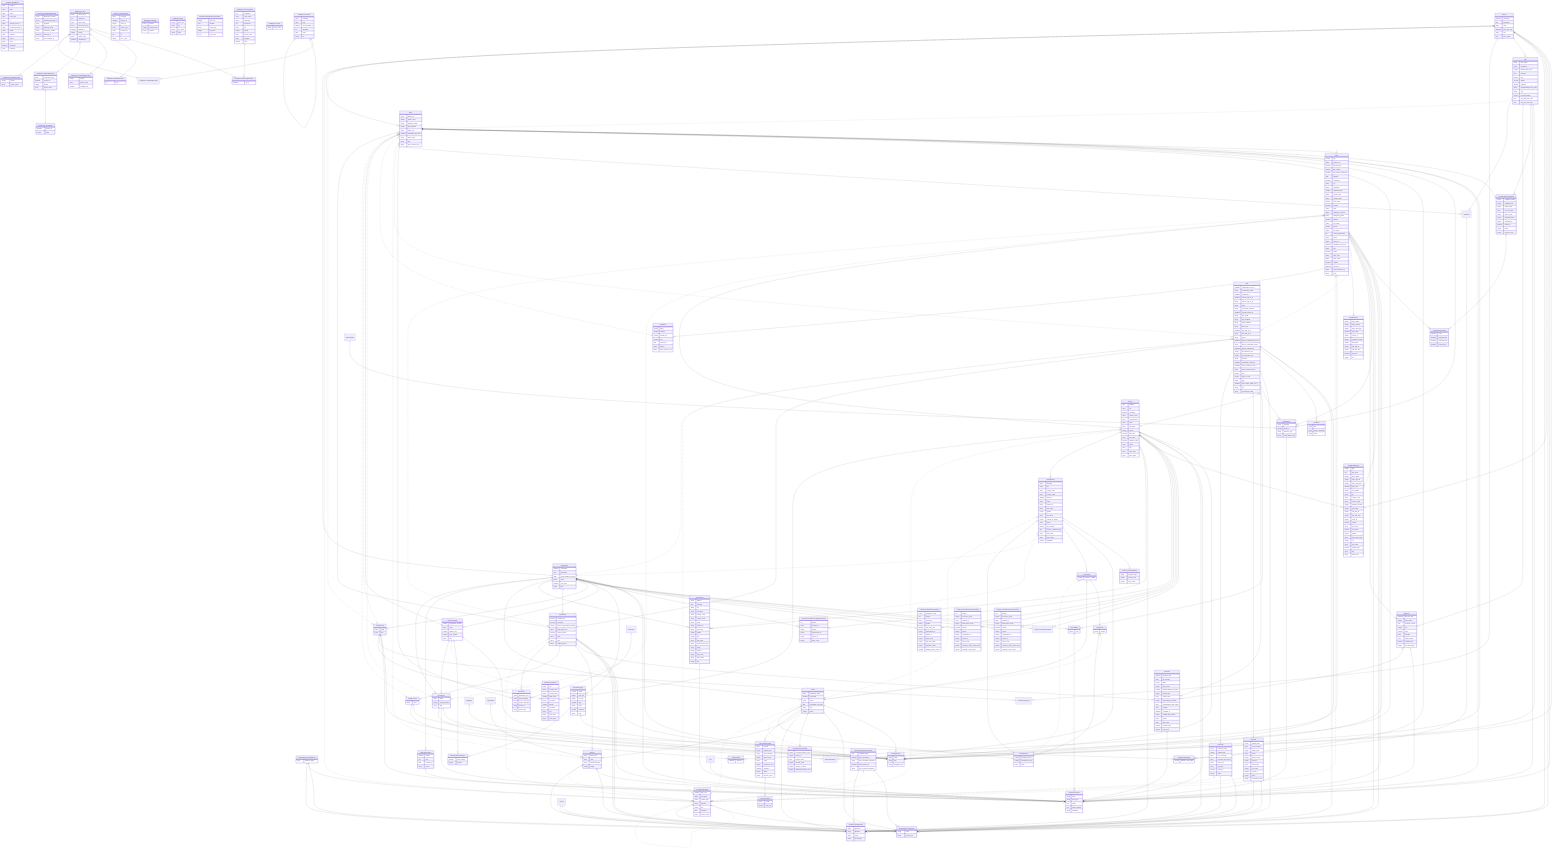
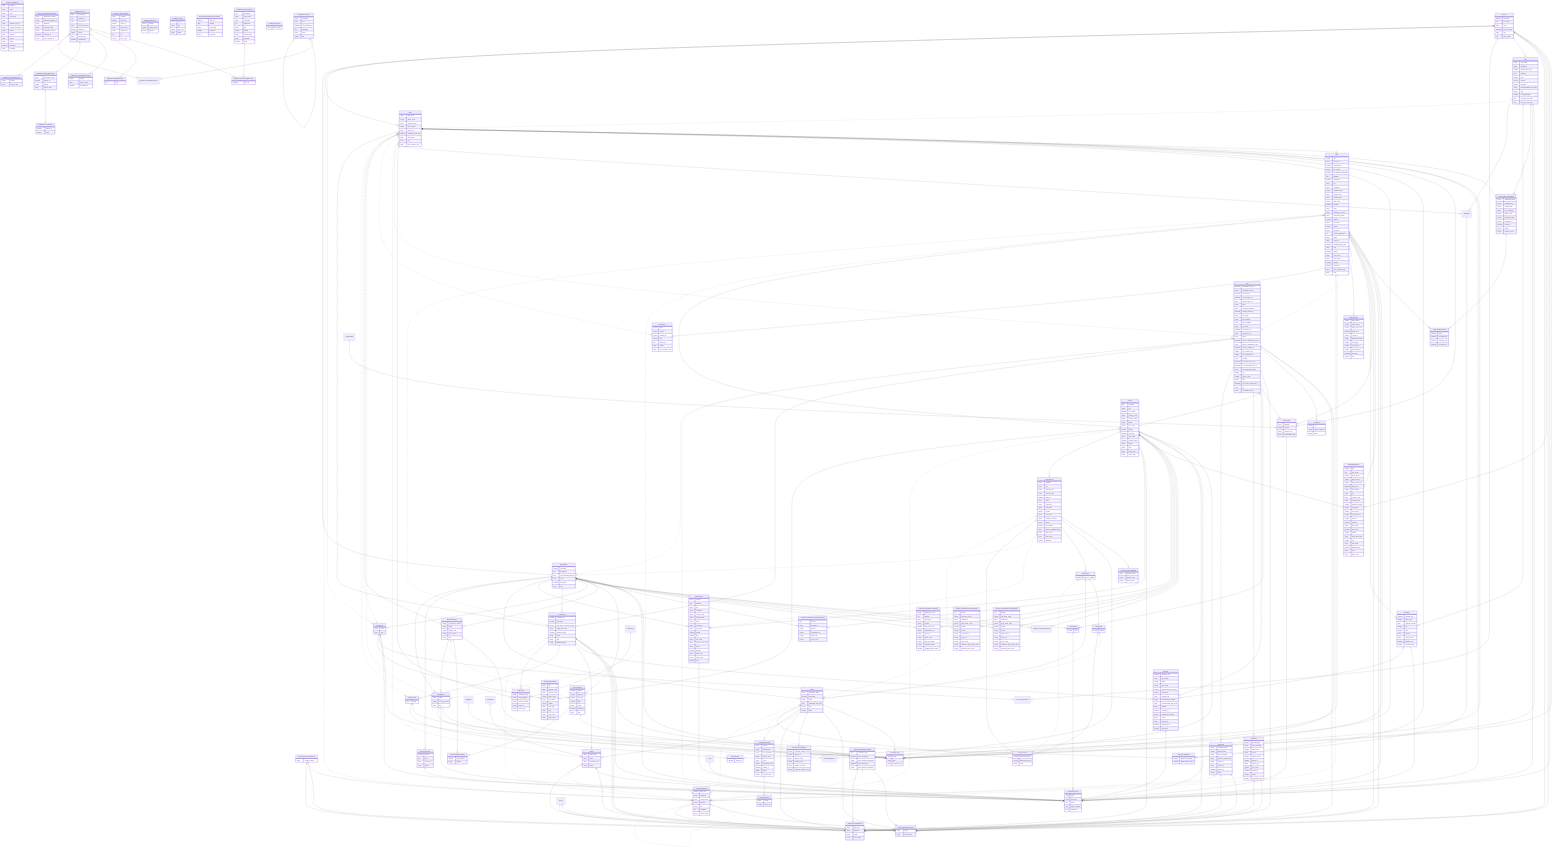
erDiagram
	direction TB
	"ActiveStorage::Attachment" {
		string name
		string record_type
	}
	"ActiveStorage::Blob" {
		integer byte_size
		string checksum
		string content_type
		string filename
		string key
		text metadata
		string service_name
	}
	"ActiveStorage::VariantRecord" {
		string variation_digest
	}
	AidStation {
	}
	"Analytics::EmailEvent" {
		string category
		string email
		string event
		string event_type
		string ip
		string provider_event_id
		string provider_message_id
		string reason
		string response
		string smtp_id
		string status
		datetime timestamp
		string useragent
	}
	"Analytics::FileDownload" {
		string byte_size
		string filename
		string name
		string record_type
	}
	"Analytics::SmsInboundMessage" {
		string destination_number
		string inbound_message_id
		string keyword
		string message_body
		string origination_number
		datetime received_at
		string sns_message_id
	}
	BestEffortSegment {
		integer age
		text age_group
		integer begin_bitkey
		integer begin_split_id
		integer begin_split_kind
		datetime begin_time
		integer bib_number
		string city
		string country_code
		string course_name
		integer elapsed_seconds
		integer end_bitkey
		integer end_split_id
		integer end_split_kind
		integer event_id
		boolean finished
		string first_name
		boolean full_course
		integer gender
		string home_time_zone
		integer lap
		string last_name
		boolean multiple_laps
		string slug
		string state_code
	}
	Connection {
		string destination_type
		jsonb field_mappings
		string service_identifier
		string source_id
		string source_type
	}
	Course {
		boolean concealed
		text description
		string name
		datetime next_start_time
		string slug
		json track_points
	}
	CourseGroup {
		string name
		string slug
	}
	CourseGroupCourse {
	}
	CourseGroupFinisher {
		string city
		string country_code
		string country_name
		integer finish_count
		string first_name
		integer gender
		string last_name
		string slug
		string state_code
		string state_name
	}
	Credential {
		string key
		string service_identifier
		string value
	}
	CrewPassage {
		datetime passed_at
	}
	Effort {
		integer age
		string beacon_url
		boolean beyond_start
		integer bib_number
		boolean bib_number_hardcoded
		date birthdate
		boolean checked_in
		string city
		string comments
		integer completed_laps
		string country_code
		string country_name
		integer data_status
		boolean dropped
		string email
		string emergency_contact
		string emergency_phone
		boolean finished
		string first_name
		integer gender
		string last_name
		bit overall_performance
		string phone
		string report_url
		datetime scheduled_start_time
		string slug
		boolean started
		string state_code
		string state_name
		boolean stopped
		datetime synced_at
		string topic_resource_key
		string wave
	}
	EffortSegment {
		integer begin_bitkey
		integer begin_split_id
		integer begin_split_kind
		datetime begin_time
		integer course_id
		integer elapsed_seconds
		integer end_bitkey
		integer end_split_id
		integer end_split_kind
		datetime end_time
		integer lap
	}
	Event {
		string beacon_url
		integer efforts_count
		string historical_name
		integer laps_required
		string notice_text
		datetime scheduled_start_time
		string short_name
		string slug
		string topic_resource_key
	}
	EventGroup {
		boolean available_live
		boolean concealed
		integer data_entry_grouping_strategy
		string home_time_zone
		boolean monitor_pacers
		string name
		string slug
		string webhook_token
	}
	EventSeries {
		string name
		integer scoring_method
		string slug
	}
	EventSeriesEvent {
	}
	ExportJob {
		string controller_name
		integer elapsed_time
		string error_message
		string resource_class_name
		string source_url
		string sql_string
		datetime started_at
		integer status
	}
	"FriendlyId::Slug" {
		string scope
		string slug
		string sluggable_type
	}
	GatingLocation {
		string name
	}
	GatingLocationEvent {
		integer default_travel_buffer
+ 		boolean update_release_times
	}
	HistoricalFact {
		string address
		date birthdate
		string city
		string comments
		string country_code
		string country_name
		string email
		string external_id
		string first_name
		integer gender
		integer kind
		string last_name
		string personal_info_hash
		string phone
		integer quantity
		string state_code
		string state_name
		integer year
	}
	ImportJob {
		integer elapsed_time
		string error_message
		integer failed_count
		string format
		integer ignored_count
		integer parent_id
		string parent_type
		integer row_count
		datetime started_at
		integer status
		integer succeeded_count
	}
	"Lotteries::Calculations::Hardrock2025" {
		text division
		integer dns_ticket_count
		string external_id
		integer finish_ticket_count
		boolean finisher
		integer gender
		integer organization_id
		integer person_id
		integer ticket_count
		integer volunteer_major_ticket_count
		integer volunteer_ticket_count
	}
	"Lotteries::Calculations::Hardrock2026" {
		text division
		integer dns_ticket_count
		string external_id
		integer finish_ticket_count
		boolean finisher
		integer gender
		integer organization_id
		integer person_id
		integer ticket_count
		integer volunteer_major_ticket_count
		integer volunteer_ticket_count
	}
	"Lotteries::Calculations::Hilo2025" {
		integer application_count
		text division
		string external_id
		integer gender
		decimal last_reset_year
		integer organization_id
		integer person_id
		integer ticket_count
		integer trail_work_shifts
		integer volunteer_points
		decimal weighted_finish_count
	}
	"Lotteries::Calculations::SingleTicket2025" {
		text division
		string external_id
		integer gender
		integer organization_id
		integer person_id
		integer ticket_count
	}
	"Lotteries::DivisionRanking" {
		string division_name
		integer division_rank
		integer draw_status
	}
	"Lotteries::EntrantServiceDetail" {
		date completed_date
		datetime form_accepted_at
		string form_accepted_comments
		datetime form_rejected_at
		string form_rejected_comments
	}
	Lottery {
		string calculation_class
		boolean concealed
		string name
		date scheduled_start_date
		string slug
		integer status
	}
	LotteryDivision {
		integer maximum_entries
		integer maximum_wait_list
		string name
	}
	LotteryDivisionTicketStat {
		integer accepted_entrants_count
		integer division_id
		string division_name
		integer entrants_count
		integer number_of_tickets
		integer waitlisted_entrants_count
	}
	LotteryDraw {
		integer position
	}
	LotteryEntrant {
		string birthdate
		string city
		string country_code
		string country_name
		datetime drawn_at
		string email
		string external_id
		string first_name
		integer gender
		string last_name
		integer number_of_tickets
		string phone
		boolean pre_selected
		date service_completed_date
		string state_code
		string state_name
		boolean withdrawn
	}
	LotterySimulation {
		jsonb results
		integer ticket_ids
	}
	LotterySimulationRun {
		jsonb context
		integer elapsed_time
		string error_message
		integer failure_count
		string name
		integer requested_count
		datetime started_at
		integer status
		integer success_count
	}
	LotteryTicket {
		integer reference_number
	}
	MonetaryDonation {
		decimal amount
		text note
		date received_on
		string source
	}
	Notification {
		integer bitkey
		integer distance
		integer follower_ids
		integer kind
		text notice_text
		string subject
		string topic_resource_key
	}
	Organization {
		boolean concealed
		text description
		date good_standing_through
		string name
		boolean non_profit
		string slug
	}
	"PaperTrail::Version" {
		string event
		string item_type
		json object
		json object_changes
		string whodunnit
	}
	Partner {
		string banner_link
		string name
		string partnerable_type
		integer weight
	}
	Person {
		date birthdate
		string city
		boolean concealed
		string country_code
		string country_name
		string email
		string first_name
		integer gender
		boolean hide_age
		string last_name
		boolean obscure_name
		string phone
		string slug
		string state_code
		string state_name
	}
	ProjectionAssessment {
		datetime actual
		datetime projected_best
		datetime projected_early
		datetime projected_late
	}
	ProjectionAssessmentRun {
		integer completed_bitkey
		integer completed_lap
		integer elapsed_time
		string error_message
		integer failure_count
		integer projected_bitkey
		integer projected_lap
		datetime started_at
		integer status
		integer success_count
	}
	RawTime {
		datetime absolute_time
		string bib_number
		integer bitkey
		integer data_status
		boolean disassociated_from_effort
		integer entered_lap
		string entered_time
		integer matchable_bib_number
		string parameterized_split_name
		string remarks
		datetime reviewed_at
		integer sortable_bib_number
		string source
		string split_name
		boolean stopped_here
		boolean with_pacer
	}
	ResultsCategory {
		boolean female
		integer high_age
		integer low_age
		boolean male
		string name
		boolean nonbinary
		string slug
	}
	ResultsTemplate {
		integer aggregation_method
		string name
		integer podium_size
		integer point_system
		string slug
	}
	ResultsTemplateCategory {
		boolean fixed_position
		integer position
	}
	"Shortener::ShortenedUrl" {
		string category
		datetime expires_at
		integer owner_id
		string owner_type
		string unique_key
		text url
		integer use_count
	}
	"SolidCable::Message" {
		binary channel
		integer channel_hash
		binary payload
	}
	"SolidCache::Entry" {
		integer byte_size
		binary key
		integer key_hash
		binary value
	}
	"SolidCacheDashboard::CacheEvent" {
		integer byte_size
		float duration
		string event_type
		integer key_hash
		string key_string
	}
	"SolidQueue::BlockedExecution" {
		string concurrency_key
		datetime expires_at
		integer priority
		string queue_name
	}
	"SolidQueue::ClaimedExecution" {
	}
	"SolidQueue::FailedExecution" {
		text error
	}
	"SolidQueue::Job" {
		string active_job_id
		text arguments
		string class_name
		string concurrency_key
		datetime finished_at
		integer priority
		string queue_name
		datetime scheduled_at
	}
	"SolidQueue::Pause" {
		string queue_name
	}
	"SolidQueue::Process" {
		string hostname
		string kind
		datetime last_heartbeat_at
		text metadata
		string name
		integer pid
	}
	"SolidQueue::ReadyExecution" {
		integer priority
		string queue_name
	}
	"SolidQueue::RecurringExecution" {
		datetime run_at
	}
	"SolidQueue::RecurringTask" {
		text arguments
		string class_name
		string command
		text description
		string key
		integer priority
		string queue_name
		string schedule
		boolean static
	}
	"SolidQueue::ScheduledExecution" {
		integer priority
		string queue_name
		datetime scheduled_at
	}
	"SolidQueue::Semaphore" {
		datetime expires_at
		integer value
	}
	Split {
		string base_name
		string description
		integer distance_from_start
		float elevation
		integer kind
		decimal latitude
		decimal longitude
		string parameterized_base_name
		string slug
		integer sub_split_bitmap
		float vert_gain_from_start
		float vert_loss_from_start
	}
	SplitTime {
		datetime absolute_time
		integer data_status
		float elapsed_seconds
		integer lap
		boolean pacer
		string remarks
		string status_reason
		boolean stopped_here
		integer sub_split_bitkey
	}
	Stewardship {
		integer level
	}
	Subscription {
		string endpoint
		integer protocol
		string resource_key
		string subscribable_type
	}
	User {
		datetime confirmation_sent_at
		string confirmation_token
		datetime confirmed_at
		datetime current_sign_in_at
		string current_sign_in_ip
		string email
		string encrypted_password
		datetime exports_viewed_at
		string first_name
		string http_endpoint
		string https_endpoint
		string last_name
		datetime last_sign_in_at
		string last_sign_in_ip
		string phone
		datetime phone_confirmation_sent_at
		string phone_confirmation_token
		datetime phone_confirmed_at
		integer pref_distance_unit
		integer pref_elevation_unit
		string provider
		datetime remember_created_at
		datetime reset_password_sent_at
		string reset_password_token
		integer role
		integer sign_in_count
		string slug
		datetime sms_carrier_opted_out_at
		string uid
		string unconfirmed_email
	}
	Sluggable ||--}o "FriendlyId::Slug" : ""
	Course ||--}o "FriendlyId::Slug" : ""
	CourseGroup ||--}o "FriendlyId::Slug" : ""
	Effort ||--}o "FriendlyId::Slug" : ""
	Event ||--}o "FriendlyId::Slug" : ""
	EventGroup ||--}o "FriendlyId::Slug" : ""
	EventSeries ||--}o "FriendlyId::Slug" : ""
	Lottery ||--}o "FriendlyId::Slug" : ""
	Organization ||--}o "FriendlyId::Slug" : ""
	Person ||--}o "FriendlyId::Slug" : ""
	ResultsCategory ||--}o "FriendlyId::Slug" : ""
	ResultsTemplate ||--}o "FriendlyId::Slug" : ""
	Split ||--}o "FriendlyId::Slug" : ""
	User ||--}o "FriendlyId::Slug" : ""
	Item ||--}o "PaperTrail::Version" : ""
	Course ||--}o "PaperTrail::Version" : ""
	CourseGroup ||--}o "PaperTrail::Version" : ""
	Effort ||--}o "PaperTrail::Version" : ""
	Event ||--}o "PaperTrail::Version" : ""
	EventGroup ||--}o "PaperTrail::Version" : ""
	EventSeries ||--}o "PaperTrail::Version" : ""
	HistoricalFact ||--}o "PaperTrail::Version" : ""
	MonetaryDonation ||--}o "PaperTrail::Version" : ""
	Organization ||--}o "PaperTrail::Version" : ""
	Partner ||--}o "PaperTrail::Version" : ""
	Person ||--}o "PaperTrail::Version" : ""
	RawTime ||--}o "PaperTrail::Version" : ""
	Split ||--}o "PaperTrail::Version" : ""
	SplitTime ||--}o "PaperTrail::Version" : ""
	Stewardship ||--}o "PaperTrail::Version" : ""
	Subscription ||--}o "PaperTrail::Version" : ""
	"SolidQueue::RecurringTask" o|--}o "SolidQueue::RecurringExecution" : ""
	"SolidQueue::Process" ||--}o "SolidQueue::ClaimedExecution" : ""
	"SolidQueue::Process" o|--}o "SolidQueue::Process" : ""
	"SolidQueue::Job" o|--|o "SolidQueue::RecurringExecution" : ""
	"SolidQueue::Job" o|--|o "SolidQueue::FailedExecution" : ""
	"SolidQueue::Job" o|--|o "SolidQueue::ScheduledExecution" : ""
	"SolidQueue::Job" o|--|o "SolidQueue::BlockedExecution" : ""
	"SolidQueue::Job" o|--|o "SolidQueue::ReadyExecution" : ""
	"SolidQueue::Job" o|--|o "SolidQueue::ClaimedExecution" : ""
	"SolidQueue::BlockedExecution" o|--|o "SolidQueue::Semaphore" : ""
	"ActiveStorage::VariantRecord" ||--}o "ActiveStorage::Blob" : ""
	Record ||--}o "ActiveStorage::Attachment" : ""
	"ActiveStorage::Blob" ||--}o "ActiveStorage::Attachment" : ""
	"ActiveStorage::VariantRecord" ||--}o "ActiveStorage::Attachment" : ""
	Course ||--}o "ActiveStorage::Attachment" : ""
	Effort ||--}o "ActiveStorage::Attachment" : ""
	EventGroup ||--}o "ActiveStorage::Attachment" : ""
	ExportJob ||--}o "ActiveStorage::Attachment" : ""
	ImportJob ||--}o "ActiveStorage::Attachment" : ""
	"Lotteries::EntrantServiceDetail" ||--}o "ActiveStorage::Attachment" : ""
	Lottery ||--}o "ActiveStorage::Attachment" : ""
	Partner ||--}o "ActiveStorage::Attachment" : ""
	Person ||--}o "ActiveStorage::Attachment" : ""
	User ||--}o "ActiveStorage::Attachment" : ""
	"ActiveStorage::Blob" o|..|o "ActiveStorage::Blob" : ""
	Organization ||--}o "Lotteries::Calculations::Base" : ""
	Organization ||--}o "Lotteries::Calculations::Hardrock2025" : ""
	Organization ||--}o "Lotteries::Calculations::Hardrock2026" : ""
	Organization ||--}o "Lotteries::Calculations::Hilo2025" : ""
	Organization ||--}o "Lotteries::Calculations::SingleTicket2025" : ""
	Person ||--}o "Lotteries::Calculations::Base" : ""
	Person ||--}o "Lotteries::Calculations::Hardrock2025" : ""
	Person ||--}o "Lotteries::Calculations::Hardrock2026" : ""
	Person ||--}o "Lotteries::Calculations::Hilo2025" : ""
	Person ||--}o "Lotteries::Calculations::SingleTicket2025" : ""
	LotteryEntrant ||--|o "Lotteries::DivisionRanking" : ""
	Event ||--}o ProjectionAssessmentRun : ""
	Split ||--}o ProjectionAssessmentRun : ""
	ProjectionAssessmentRun ||--}o ProjectionAssessment : ""
	Effort ||--}o ProjectionAssessment : ""
	Lottery ||--}o LotteryDivisionTicketStat : ""
	User ||--}o Credential : ""
	Course ||--}o BestEffortSegment : ""
	Effort ||--}o BestEffortSegment : ""
	Person ||--}o BestEffortSegment : ""
	LotteryEntrant ||--|o "Lotteries::EntrantServiceDetail" : ""
	"Lotteries::EntrantServiceDetail" o|..|o "ActiveStorage::Blob" : ""
	User ||--}o "Analytics::FileDownload" : ""
	Record ||--}o "Analytics::FileDownload" : ""
	"ActiveStorage::Blob" ||--}o "Analytics::FileDownload" : ""
	"ActiveStorage::VariantRecord" ||--}o "Analytics::FileDownload" : ""
	Course ||--}o "Analytics::FileDownload" : ""
	Effort ||--}o "Analytics::FileDownload" : ""
	EventGroup ||--}o "Analytics::FileDownload" : ""
	ExportJob ||--}o "Analytics::FileDownload" : ""
	ImportJob ||--}o "Analytics::FileDownload" : ""
	"Lotteries::EntrantServiceDetail" ||--}o "Analytics::FileDownload" : ""
	Lottery ||--}o "Analytics::FileDownload" : ""
	Partner ||--}o "Analytics::FileDownload" : ""
	Person ||--}o "Analytics::FileDownload" : ""
	User ||--}o Subscription : ""
	Subscribable ||--}o Subscription : ""
	Effort ||--}o Subscription : ""
	Event ||--}o Subscription : ""
	User ||--}o Stewardship : ""
	Organization ||--}o Stewardship : ""
	Effort ||--}o SplitTime : ""
	Split ||--}o SplitTime : ""
	SplitTime o|--}o RawTime : ""
	Course ||--}o Split : ""
	Split ||--}o AidStation : ""
	Split o|..}o Event : ""
	Organization o|--}o ResultsTemplate : ""
	ResultsTemplate ||--}o ResultsTemplateCategory : ""
	ResultsTemplate o|..}o ResultsCategory : ""
	ResultsCategory ||--}o ResultsTemplateCategory : ""
	Organization o|--}o ResultsCategory : ""
	EventGroup ||--}o RawTime : ""
	User o|--}o RawTime : ""
	Person o|--}o Effort : ""
	Person o|--}o HistoricalFact : ""
	Person o|--}o LotteryEntrant : ""
	User o|--|o Person : ""
	Person o|..|o "ActiveStorage::Blob" : ""
	Partnerable ||--}o Partner : ""
	EventGroup ||--}o Partner : ""
	Lottery ||--}o Partner : ""
	Partner o|..|o "ActiveStorage::Blob" : ""
	Organization ||..}o User : ""
	Organization ||--}o Course : ""
	Organization ||--}o CourseGroup : ""
	Organization ||--}o EventGroup : ""
	Organization ||--}o HistoricalFact : ""
	Organization ||--}o Lottery : ""
	Organization ||--}o MonetaryDonation : ""
	Organization ||--}o EventSeries : ""
	Effort ||--}o Notification : ""
	Notification o|..|o Event : ""
	Lottery ||--}o LotteryTicket : ""
	LotteryDivision ||..}o LotteryTicket : ""
	LotteryEntrant ||--}o LotteryTicket : ""
	LotteryTicket ||--|o LotteryDraw : ""
	Lottery ||--}o LotterySimulationRun : ""
	LotterySimulationRun ||--}o LotterySimulation : ""
	Lottery ||--}o LotteryDivision : ""
	Lottery o|..}o LotteryEntrant : ""
	Lottery o|..}o "Lotteries::EntrantServiceDetail" : ""
	Lottery o|..|o "ActiveStorage::Blob" : ""
	LotteryDivision ||--}o LotteryEntrant : ""
	LotteryEntrant o|..}o HistoricalFact : ""
	LotteryEntrant o|..|o Organization : ""
	LotteryDivision ||--}o LotteryDraw : ""
	LotteryDraw o|..|o Lottery : ""
	User ||--}o ImportJob : ""
	ImportJob o|..}o "ActiveStorage::Blob" : ""
	EventGroup ||--}o GatingLocation : ""
	GatingLocation ||--}o GatingLocationEvent : ""
	GatingLocation o|..}o Event : ""
	GatingLocation ||--}o CrewPassage : ""
	Event ||--}o GatingLocationEvent : ""
	AidStation ||--}o GatingLocationEvent : ""
	User ||--}o ExportJob : ""
	ExportJob o|..|o "ActiveStorage::Blob" : ""
	ResultsTemplate ||--}o EventSeries : ""
	EventSeries ||--}o EventSeriesEvent : ""
	EventSeries o|..}o Event : ""
	EventSeries o|..}o Effort : ""
	Event ||--}o EventSeriesEvent : ""
	Effort o|..}o User : ""
	Event ||--}o Effort : ""
	Effort o|--}o EffortSegment : ""
	Effort ||--}o CrewPassage : ""
	Effort o|..|o "ActiveStorage::Blob" : ""
	Course ||--}o CourseGroupCourse : ""
	Course o|..}o CourseGroup : ""
	Course ||--}o Event : ""
	Course o|..|o "ActiveStorage::Blob" : ""
	CourseGroup ||--}o CourseGroupCourse : ""
	CourseGroup o|..}o Event : ""
	Person ||--}o CourseGroupFinisher : ""
	CourseGroup ||--}o CourseGroupFinisher : ""
	Destination ||--}o Connection : ""
	Event ||--}o Connection : ""
	EventGroup ||--}o Connection : ""
	Event ||--}o AidStation : ""
	EventGroup ||--}o Event : ""
	EventGroup o|..}o Effort : ""
	User o|--}o EventGroup : ""
	EventGroup o|..}o "ActiveStorage::Blob" : ""
	Event o|..}o User : ""
	ResultsTemplate ||--}o Event : ""
	Event o|..}o Partner : ""
	User o|..}o "ActiveStorage::Blob" : ""